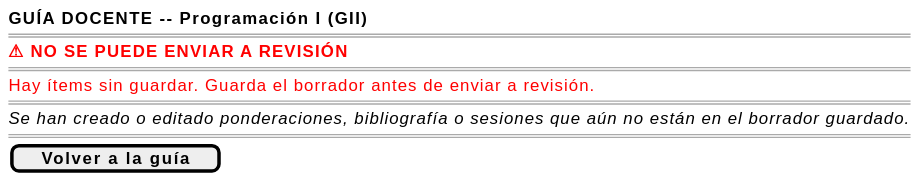
This is images/RUP/01-requisitos/03-detalle-casos-uso/enviarGuiaARevision/wireframe-error-items-sin-guardar.svg from mmasias/pyCeldaPublico, a PlantUML export, as it was before one commit.
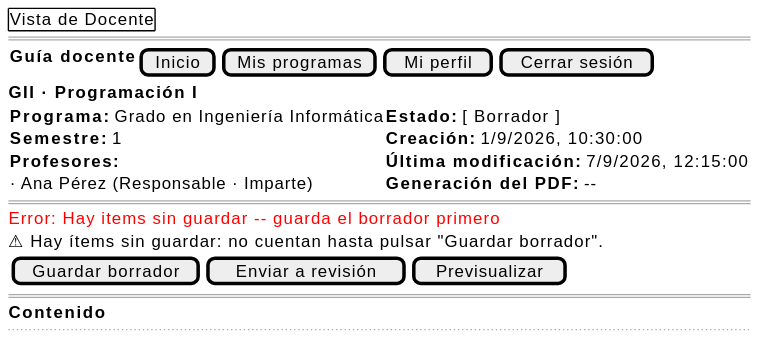
The same diagram one commit later.

The edit, as a diff of the source:
```diff
@@ -1,13 +1,21 @@
 @startsalt enviarGuiaARevision-wireframe-error-items-sin-guardar
 {
-    <b>GUÍA DOCENTE -- Programación I (GII)</b>
+    {+ Vista de Docente }
     ====
-    <color:red><b>⚠ NO SE PUEDE ENVIAR A REVISIÓN</b></color>
+    {<b>Guía docente</b> | [Inicio] | [Mis programas] | [Mi perfil] | [Cerrar sesión]}
+    <b>GII · Programación I</b>
+    {
+        <b>Programa:</b> Grado en Ingeniería Informática | <b>Estado:</b> [ Borrador ]
+        <b>Semestre:</b> 1 | <b>Creación:</b> 1/9/2026, 10:30:00
+        <b>Profesores:</b> | <b>Última modificación:</b> 7/9/2026, 12:15:00
+        · Ana Pérez (Responsable · Imparte) | <b>Generación del PDF:</b> --
+    }
     ====
-    <color:red>Hay ítems sin guardar. Guarda el borrador antes de enviar a revisión.</color>
+    <color:red>Error: Hay items sin guardar -- guarda el borrador primero</color>
+    ⚠ Hay ítems sin guardar: no cuentan hasta pulsar "Guardar borrador".
+    {[Guardar borrador] | [Enviar a revisión] | [Previsualizar]}
     ====
-    <i>Se han creado o editado ponderaciones, bibliografía o sesiones que aún no están en el borrador guardado.</i>
-    ====
-    [ <b>Volver a la guía</b> ]
+    <b>Contenido</b>
+    ...
 }
 @endsalt
```
